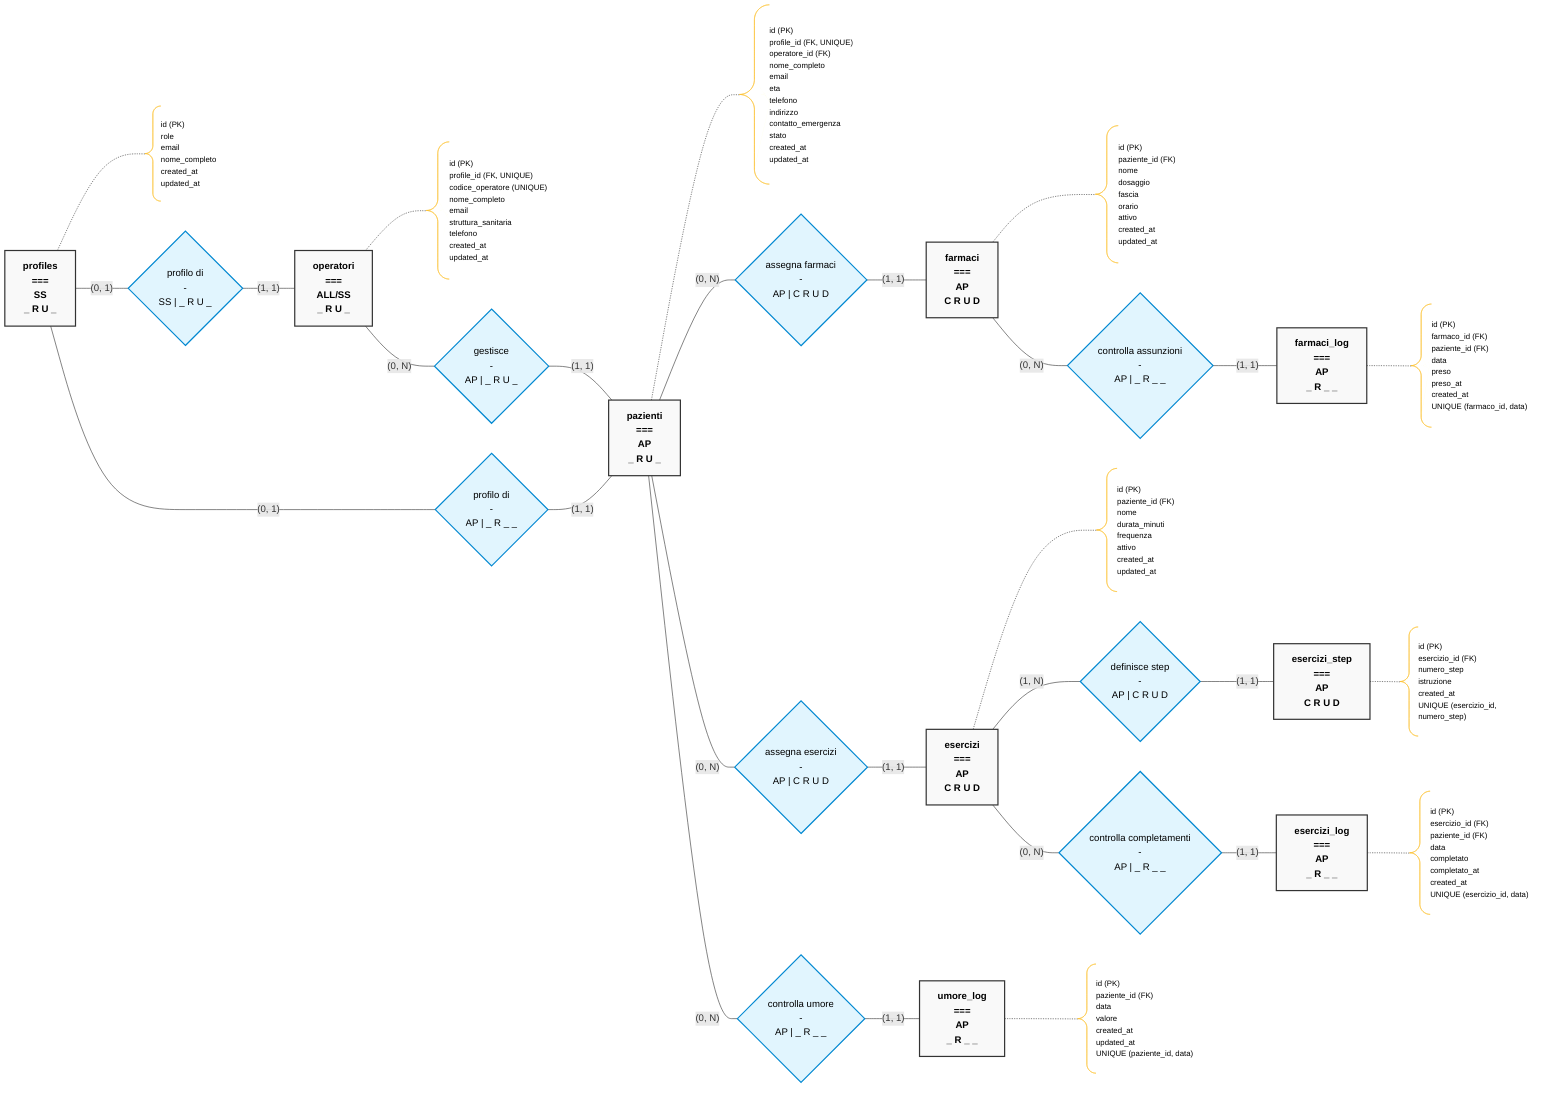
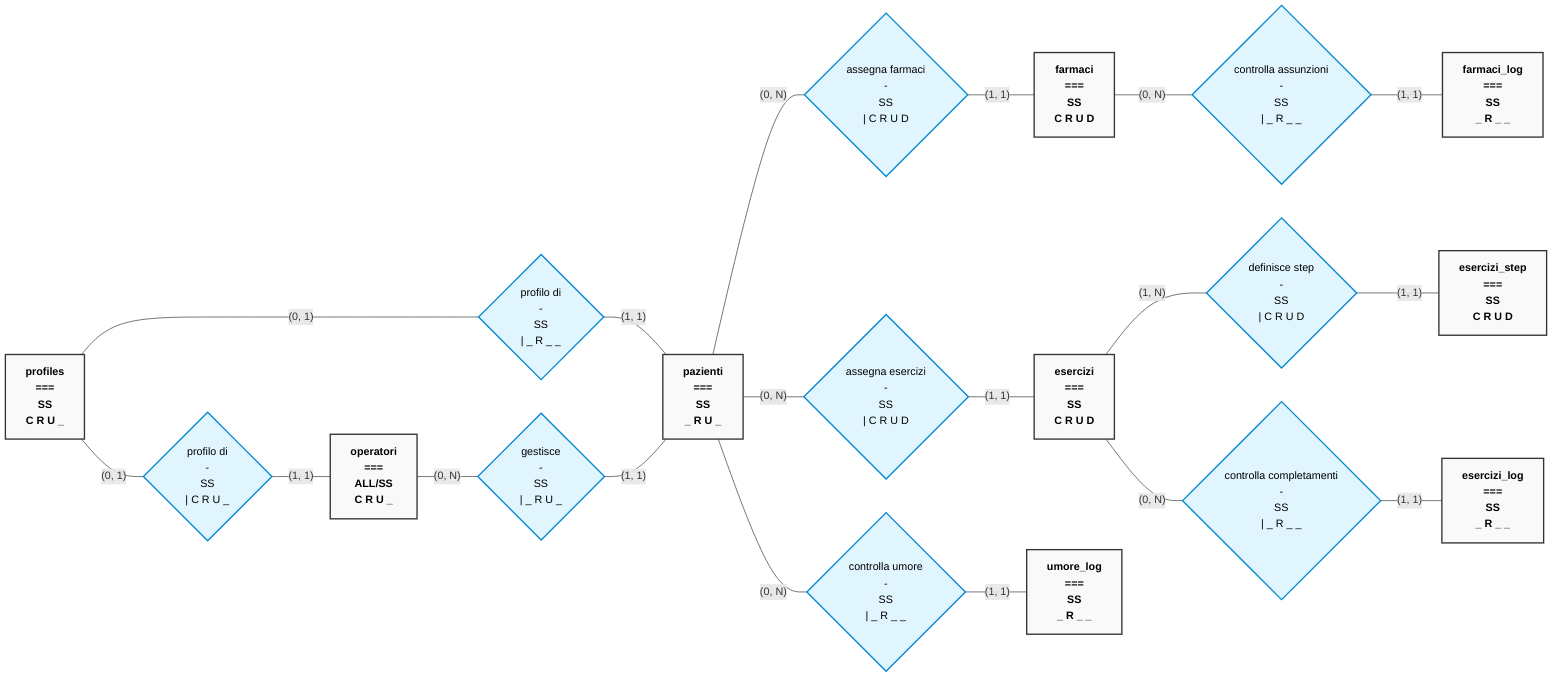
flowchart LR
    %% --- Stili ---
    classDef entity fill:#f9f9f9,stroke:#333,stroke-width:2px,font-weight:bold,color:#000,text-align:center
    classDef relation fill:#e1f5fe,stroke:#0288d1,stroke-width:2px,color:#000,text-align:center
    classDef note fill:#fff9c4,stroke:#fbc02d,stroke-width:1px,color:#000,text-align:left,font-size:13px

    %% Legenda interna:
    %% SS = stesso soggetto / dati propri
-     %% AP = pazienti assegnati all'operatore autenticato
    %% ALL = dati leggibili da tutti gli utenti previsti dalla policy
    %% CRUD = Create Read Update Delete, con "_" quando l'azione non e' consentita

    %% --- Entita' con matrice RLS per Operatore ---

-     E_Prof["profiles<br>===<br>SS<br>_ R U _"]:::entity
-     A_Prof["id (PK)<br>role<br>email<br>nome_completo<br>created_at<br>updated_at"]:::note
-     A_Prof@{ shape: comment }
-     E_Prof -.- A_Prof
+     E_Prof["profiles<br>===<br>SS<br>C R U _"]:::entity

-     E_Op["operatori<br>===<br>ALL/SS<br>_ R U _"]:::entity
-     A_Op["id (PK)<br>profile_id (FK, UNIQUE)<br>codice_operatore (UNIQUE)<br>nome_completo<br>email<br>struttura_sanitaria<br>telefono<br>created_at<br>updated_at"]:::note
-     A_Op@{ shape: comment }
-     E_Op -.- A_Op
+     E_Op["operatori<br>===<br>ALL/SS<br>C R U _"]:::entity

-     E_Paz["pazienti<br>===<br>AP<br>_ R U _"]:::entity
-     A_Paz["id (PK)<br>profile_id (FK, UNIQUE)<br>operatore_id (FK)<br>nome_completo<br>email<br>eta<br>telefono<br>indirizzo<br>contatto_emergenza<br>stato<br>created_at<br>updated_at"]:::note
-     A_Paz@{ shape: comment }
-     E_Paz -.- A_Paz
+     E_Paz["pazienti<br>===<br>SS<br>_ R U _"]:::entity

-     E_Far["farmaci<br>===<br>AP<br>C R U D"]:::entity
-     A_Far["id (PK)<br>paziente_id (FK)<br>nome<br>dosaggio<br>fascia<br>orario<br>attivo<br>created_at<br>updated_at"]:::note
-     A_Far@{ shape: comment }
-     E_Far -.- A_Far
+     E_Far["farmaci<br>===<br>SS<br>C R U D"]:::entity

-     E_FarLog["farmaci_log<br>===<br>AP<br>_ R _ _"]:::entity
-     A_FarLog["id (PK)<br>farmaco_id (FK)<br>paziente_id (FK)<br>data<br>preso<br>preso_at<br>created_at<br>UNIQUE (farmaco_id, data)"]:::note
-     A_FarLog@{ shape: comment }
-     E_FarLog -.- A_FarLog
+     E_FarLog["farmaci_log<br>===<br>SS<br>_ R _ _"]:::entity

-     E_Es["esercizi<br>===<br>AP<br>C R U D"]:::entity
-     A_Es["id (PK)<br>paziente_id (FK)<br>nome<br>durata_minuti<br>frequenza<br>attivo<br>created_at<br>updated_at"]:::note
-     A_Es@{ shape: comment }
-     E_Es -.- A_Es
+     E_Es["esercizi<br>===<br>SS<br>C R U D"]:::entity

-     E_EsStep["esercizi_step<br>===<br>AP<br>C R U D"]:::entity
-     A_EsStep["id (PK)<br>esercizio_id (FK)<br>numero_step<br>istruzione<br>created_at<br>UNIQUE (esercizio_id, numero_step)"]:::note
-     A_EsStep@{ shape: comment }
-     E_EsStep -.- A_EsStep
+     E_EsStep["esercizi_step<br>===<br>SS<br>C R U D"]:::entity

-     E_EsLog["esercizi_log<br>===<br>AP<br>_ R _ _"]:::entity
-     A_EsLog["id (PK)<br>esercizio_id (FK)<br>paziente_id (FK)<br>data<br>completato<br>completato_at<br>created_at<br>UNIQUE (esercizio_id, data)"]:::note
-     A_EsLog@{ shape: comment }
-     E_EsLog -.- A_EsLog
+     E_EsLog["esercizi_log<br>===<br>SS<br>_ R _ _"]:::entity

-     E_UmLog["umore_log<br>===<br>AP<br>_ R _ _"]:::entity
-     A_UmLog["id (PK)<br>paziente_id (FK)<br>data<br>valore<br>created_at<br>updated_at<br>UNIQUE (paziente_id, data)"]:::note
-     A_UmLog@{ shape: comment }
-     E_UmLog -.- A_UmLog
+     E_UmLog["umore_log<br>===<br>SS<br>_ R _ _"]:::entity

    %% --- Relazioni con visibilita' Operatore ---

-     R_ProfOp{"profilo di<br>-<br>SS | _ R U _"}:::relation
-     R_ProfPaz{"profilo di<br>-<br>AP | _ R _ _"}:::relation
-     R_OpPaz{"gestisce<br>-<br>AP | _ R U _"}:::relation
+     R_ProfOp{"profilo di<br>-<br>SS<br>| C R U _"}:::relation
+     R_ProfPaz{"profilo di<br>-<br>SS<br>| _ R _ _"}:::relation
+     R_OpPaz{"gestisce<br>-<br>SS<br>| _ R U _"}:::relation

-     R_PazFar{"assegna farmaci<br>-<br>AP | C R U D"}:::relation
-     R_FarLog{"controlla assunzioni<br>-<br>AP | _ R _ _"}:::relation
+     R_PazFar{"assegna farmaci<br>-<br>SS<br>| C R U D"}:::relation
+     R_FarLog{"controlla assunzioni<br>-<br>SS<br>| _ R _ _"}:::relation

-     R_PazEs{"assegna esercizi<br>-<br>AP | C R U D"}:::relation
-     R_EsStep{"definisce step<br>-<br>AP | C R U D"}:::relation
-     R_EsLog{"controlla completamenti<br>-<br>AP | _ R _ _"}:::relation
+     R_PazEs{"assegna esercizi<br>-<br>SS<br>| C R U D"}:::relation
+     R_EsStep{"definisce step<br>-<br>SS<br>| C R U D"}:::relation
+     R_EsLog{"controlla completamenti<br>-<br>SS<br>| _ R _ _"}:::relation

-     R_PazUm{"controlla umore<br>-<br>AP | _ R _ _"}:::relation
+     R_PazUm{"controlla umore<br>-<br>SS<br>| _ R _ _"}:::relation

    %% --- Collegamenti strutturali con cardinalita' ---

    E_Prof ---|"(0, 1)"| R_ProfOp ---|"(1, 1)"| E_Op
    E_Prof ---|"(0, 1)"| R_ProfPaz ---|"(1, 1)"| E_Paz
    E_Op ---|"(0, N)"| R_OpPaz ---|"(1, 1)"| E_Paz

    E_Paz ---|"(0, N)"| R_PazFar ---|"(1, 1)"| E_Far
    E_Far ---|"(0, N)"| R_FarLog ---|"(1, 1)"| E_FarLog

    E_Paz ---|"(0, N)"| R_PazEs ---|"(1, 1)"| E_Es
    E_Es ---|"(1, N)"| R_EsStep ---|"(1, 1)"| E_EsStep
    E_Es ---|"(0, N)"| R_EsLog ---|"(1, 1)"| E_EsLog

    E_Paz ---|"(0, N)"| R_PazUm ---|"(1, 1)"| E_UmLog
